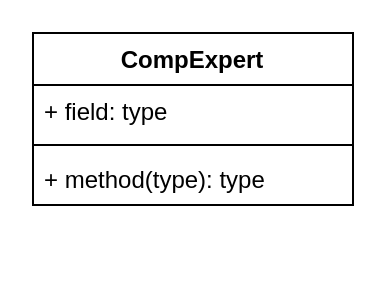
The draw.io diagram Chart/models.drawio in BaseMql5/TradeComplex, before the edit. Source tidied: cells renumbered, new cells numbered last; positions are measured from the earlier drawing's top-left corner, leaving out a move shared by most shapes. Both pictures are drawn from the tidied source at 200%, with x=0, y=0 at pixel (32, 32).
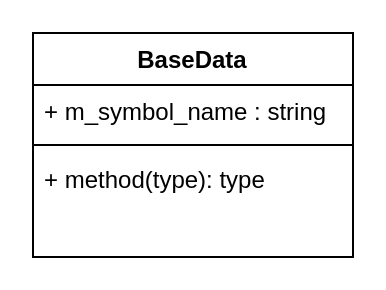
After the change.

Change to the diagram source:
```diff
@@
 <mxGraphModel>
   <root>
     <mxCell id="0" />
     <mxCell id="1" parent="0" />
-    <mxCell id="2" value="CompExpert" style="swimlane;fontStyle=1;align=center;verticalAlign=top;horizontal=1;startSize=26;" parent="1" vertex="1">
-      <mxGeometry width="160" height="86" as="geometry" />
+    <mxCell id="2" value="BaseData" style="swimlane;fontStyle=1;align=center;verticalAlign=top;horizontal=1;startSize=26;" parent="1" vertex="1">
+      <mxGeometry width="160" height="112" as="geometry" />
     </mxCell>
-    <mxCell id="3" value="+ field: type" style="text;strokeColor=none;fillColor=none;align=left;verticalAlign=top;spacingLeft=4;spacingRight=4;overflow=hidden;" parent="2" vertex="1">
+    <mxCell id="3" value="+ m_symbol_name : string" style="text;strokeColor=none;fillColor=none;align=left;verticalAlign=top;spacingLeft=4;spacingRight=4;overflow=hidden;" parent="2" vertex="1">
       <mxGeometry y="26" width="160" height="26" as="geometry" />
     </mxCell>
     <mxCell id="4" style="line;strokeWidth=1;fillColor=none;align=left;verticalAlign=middle;spacingTop=-1;spacingLeft=3;spacingRight=3;labelPosition=right;strokeColor=inherit;" parent="2" vertex="1">
       <mxGeometry y="52" width="160" height="8" as="geometry" />
     </mxCell>
     <mxCell id="5" value="+ method(type): type" style="text;strokeColor=none;fillColor=none;align=left;verticalAlign=top;spacingLeft=4;spacingRight=4;overflow=hidden;" parent="2" vertex="1">
       <mxGeometry y="60" width="160" height="26" as="geometry" />
     </mxCell>
+    <mxCell id="6" style="text;strokeColor=none;fillColor=none;align=left;verticalAlign=top;spacingLeft=4;spacingRight=4;overflow=hidden;" parent="2" vertex="1">
+      <mxGeometry y="86" width="160" height="26" as="geometry" />
+    </mxCell>
   </root>
 </mxGraphModel>
```
